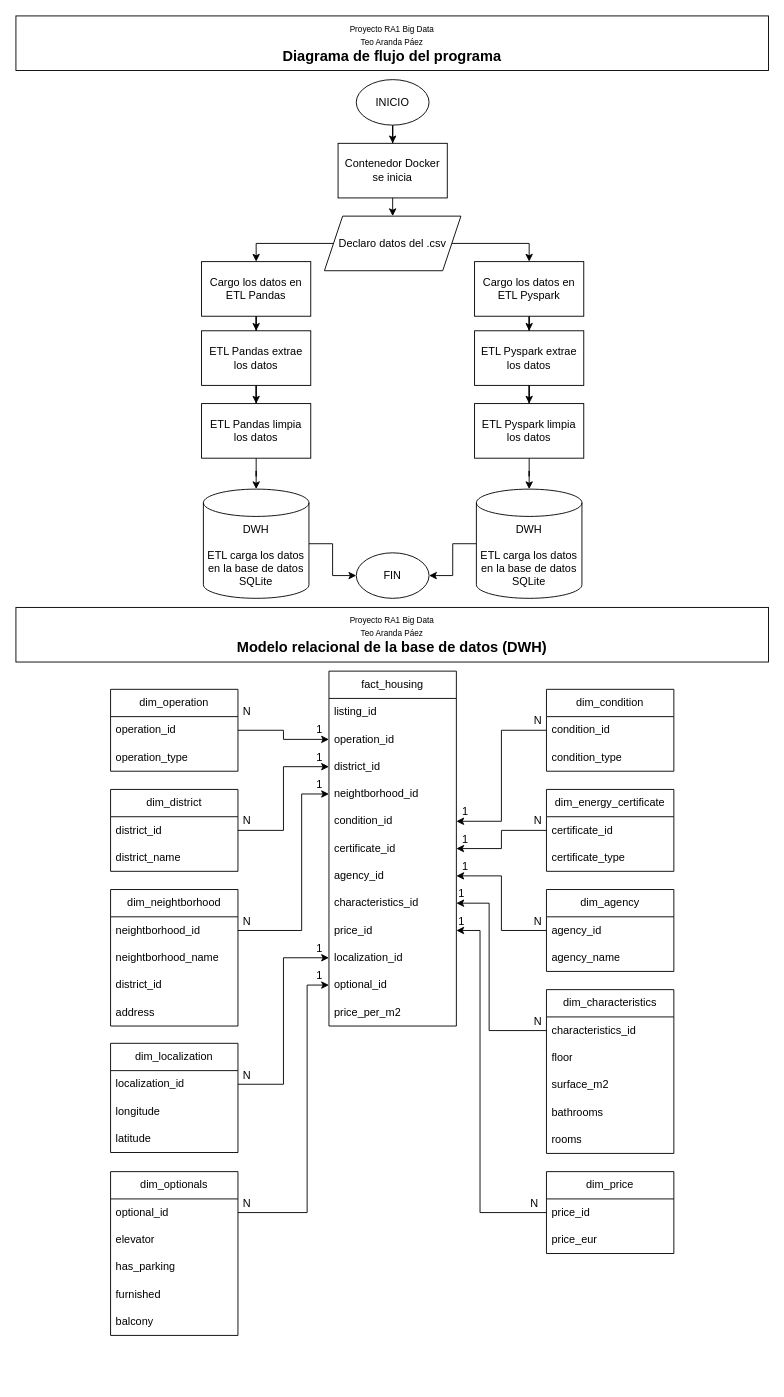
Before: docs/diagrama_RA1.drawio in teoarandaa/proyecto_ra1_teoarandapaez, a draw.io diagram. Source tidied: cells renumbered, new cells numbered last; positions are measured from the earlier drawing's top-left corner, leaving out a move shared by most shapes. Both pictures are drawn from the tidied source at 91%, with x=0, y=0 at pixel (15, 15).
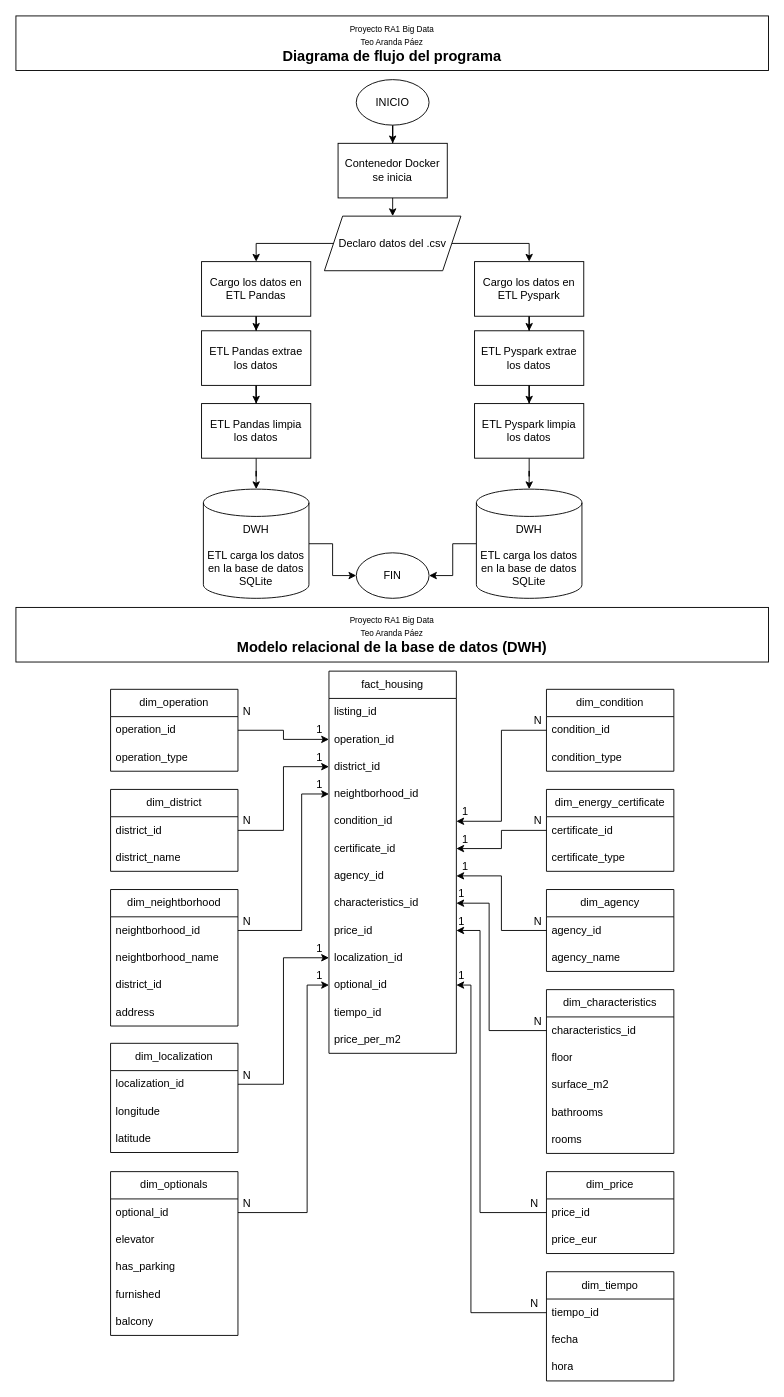
Above is the later version.

Unchanged cells that the change refers to:
```xml
<mxCell id="59" value="optional_id" style="text;strokeColor=none;fillColor=none;align=left;verticalAlign=middle;spacingLeft=4;spacingRight=4;overflow=hidden;points=[[0,0.5],[1,0.5]];portConstraint=eastwest;whiteSpace=wrap;html=1;" parent="48" vertex="1">
  <mxGeometry y="330" width="140" height="30" as="geometry" />
</mxCell>
```

What changed in the source:
```diff
@@
     <mxCell id="48" value="fact_housing" style="swimlane;fontStyle=0;horizontal=1;startSize=30;whiteSpace=wrap;html=1;" parent="1" vertex="1">
-      <mxGeometry x="344" y="720" width="140" height="390" as="geometry" />
+      <mxGeometry x="344" y="720" width="140" height="420" as="geometry" />
     </mxCell>
@@
+    <mxCell id="110" value="tiempo_id" style="text;strokeColor=none;fillColor=none;align=left;verticalAlign=middle;spacingLeft=4;spacingRight=4;overflow=hidden;whiteSpace=wrap;html=1;" parent="48" vertex="1">
+      <mxGeometry y="360" width="140" height="30" as="geometry" />
+    </mxCell>
     <mxCell id="60" value="price_per_m2" style="text;strokeColor=none;fillColor=none;align=left;verticalAlign=middle;spacingLeft=4;spacingRight=4;overflow=hidden;whiteSpace=wrap;html=1;" parent="48" vertex="1">
-      <mxGeometry y="360" width="140" height="30" as="geometry" />
+      <mxGeometry y="390" width="140" height="30" as="geometry" />
     </mxCell>
@@
+    <mxCell id="111" value="dim_tiempo" style="swimlane;fontStyle=0;horizontal=1;startSize=30;whiteSpace=wrap;html=1;" parent="1" vertex="1">
+      <mxGeometry x="583" y="1380" width="140" height="120" as="geometry" />
+    </mxCell>
+    <mxCell id="112" value="tiempo_id" style="text;strokeColor=none;fillColor=none;align=left;verticalAlign=middle;spacingLeft=4;spacingRight=4;overflow=hidden;points=[[0,0.5],[1,0.5]];portConstraint=eastwest;whiteSpace=wrap;html=1;" parent="111" vertex="1">
+      <mxGeometry y="30" width="140" height="30" as="geometry" />
+    </mxCell>
+    <mxCell id="113" value="fecha" style="text;strokeColor=none;fillColor=none;align=left;verticalAlign=middle;spacingLeft=4;spacingRight=4;overflow=hidden;whiteSpace=wrap;html=1;" parent="111" vertex="1">
+      <mxGeometry y="60" width="140" height="30" as="geometry" />
+    </mxCell>
+    <mxCell id="114" value="hora" style="text;strokeColor=none;fillColor=none;align=left;verticalAlign=middle;spacingLeft=4;spacingRight=4;overflow=hidden;whiteSpace=wrap;html=1;" parent="111" vertex="1">
+      <mxGeometry y="90" width="140" height="30" as="geometry" />
+    </mxCell>
+    <mxCell id="115" style="edgeStyle=orthogonalEdgeStyle;rounded=0;jettySize=auto;html=1;entryX=1;entryY=0.5;entryDx=0;entryDy=0;" parent="1" edge="1" source="112" target="59">
+      <mxGeometry relative="1" as="geometry">
+        <Array as="points">
+          <mxPoint x="500" y="1425" />
+          <mxPoint x="500" y="1065" />
+        </Array>
+      </mxGeometry>
+    </mxCell>
+    <mxCell id="116" value="N" style="text;html=1;whiteSpace=wrap;strokeColor=none;fillColor=none;align=center;verticalAlign=middle;rounded=0;" parent="1" vertex="1">
+      <mxGeometry x="540" y="1400" width="60" height="30" as="geometry" />
+    </mxCell>
+    <mxCell id="117" value="1" style="text;html=1;whiteSpace=wrap;strokeColor=none;fillColor=none;align=center;verticalAlign=middle;rounded=0;" parent="1" vertex="1">
+      <mxGeometry x="460" y="1040" width="60" height="30" as="geometry" />
+    </mxCell>
```
